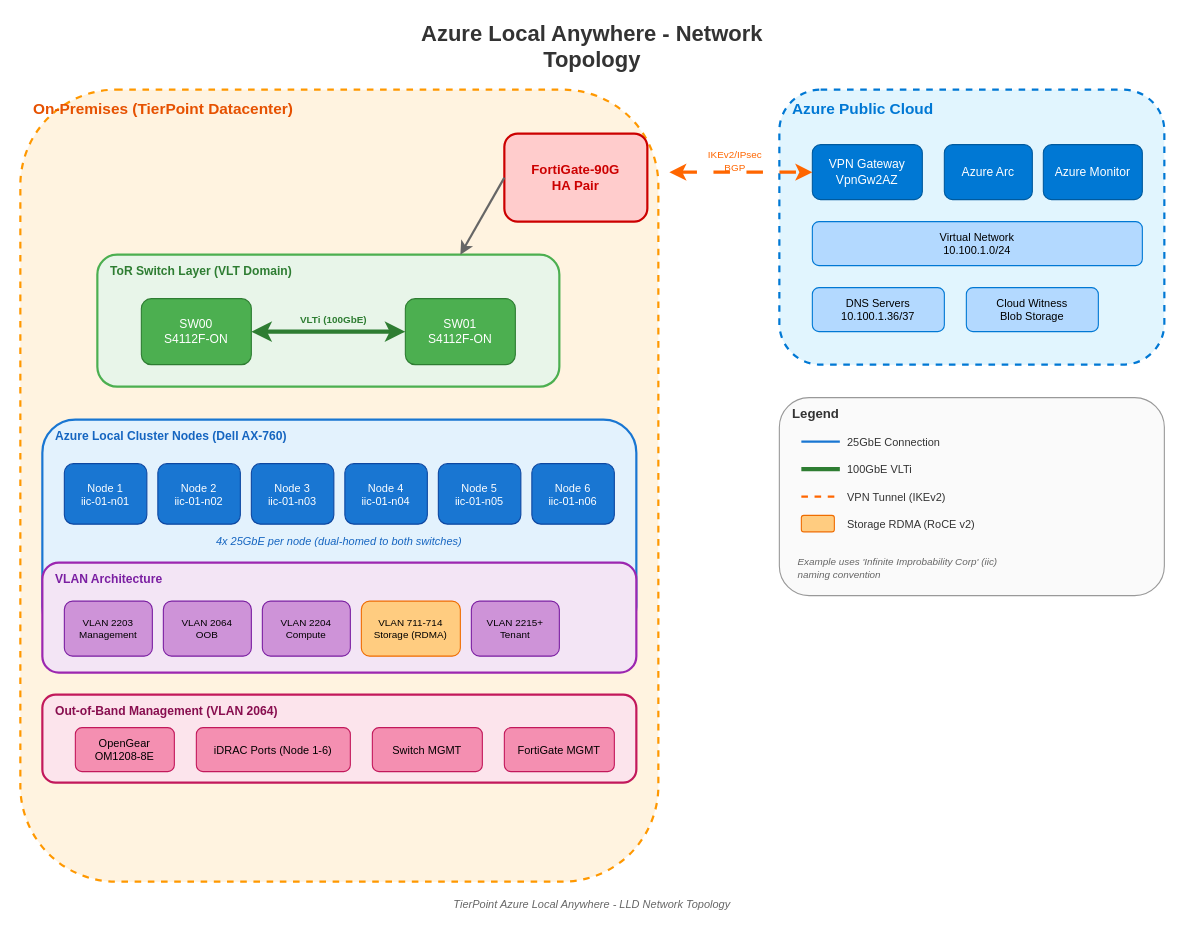
Earlier version of the draw.io diagram docs/assets/diagrams/lld/lld-network-topology.drawio (AzureLocal/azurelocal.github.io). Source tidied: cells renumbered, new cells numbered last; positions are measured from the earlier drawing's top-left corner, leaving out a move shared by most shapes. Both pictures are drawn from the tidied source at 110%, with x=0, y=0 at pixel (20, 23).
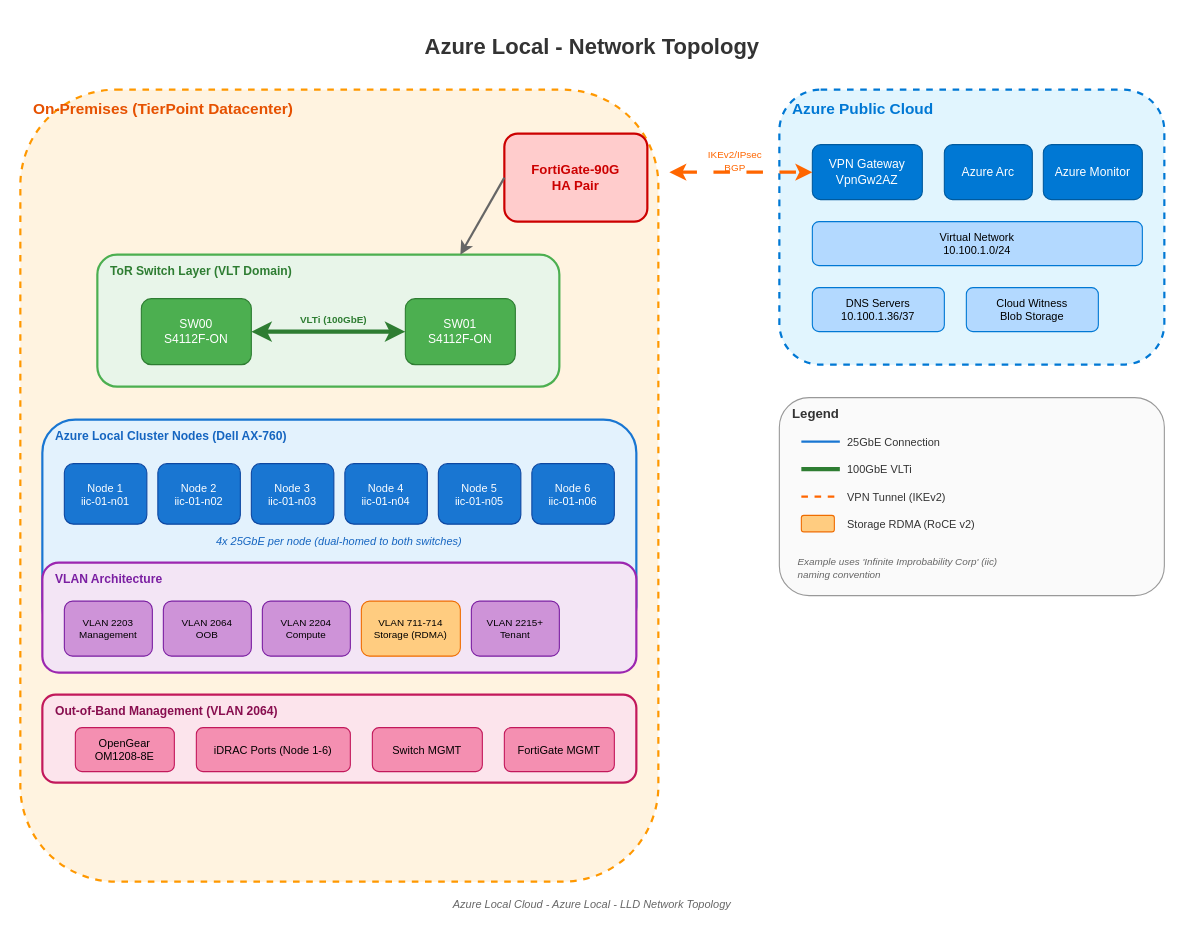
The same page after the edit.

Change to the diagram source:
```diff
@@
-    <mxCell id="2" value="Azure Local Anywhere - Network Topology" style="text;html=1;strokeColor=none;fillColor=none;align=center;verticalAlign=middle;whiteSpace=wrap;rounded=0;fontSize=20;fontStyle=1;fontColor=#333333;" parent="1" vertex="1">
+    <mxCell id="2" value="Azure Local - Network Topology" style="text;html=1;strokeColor=none;fillColor=none;align=center;verticalAlign=middle;whiteSpace=wrap;rounded=0;fontSize=20;fontStyle=1;fontColor=#333333;" parent="1" vertex="1">
       <mxGeometry x="320" width="400" height="40" as="geometry" />
     </mxCell>
@@
-    <mxCell id="57" value="TierPoint Azure Local Anywhere - LLD Network Topology" style="text;html=1;strokeColor=none;fillColor=none;align=center;verticalAlign=middle;whiteSpace=wrap;rounded=0;fontSize=10;fontStyle=2;fontColor=#666666;" parent="1" vertex="1">
+    <mxCell id="57" value="Azure Local Cloud - Azure Local - LLD Network Topology" style="text;html=1;strokeColor=none;fillColor=none;align=center;verticalAlign=middle;whiteSpace=wrap;rounded=0;fontSize=10;fontStyle=2;fontColor=#666666;" parent="1" vertex="1">
       <mxGeometry x="370" y="790" width="300" height="20" as="geometry" />
     </mxCell>
```
